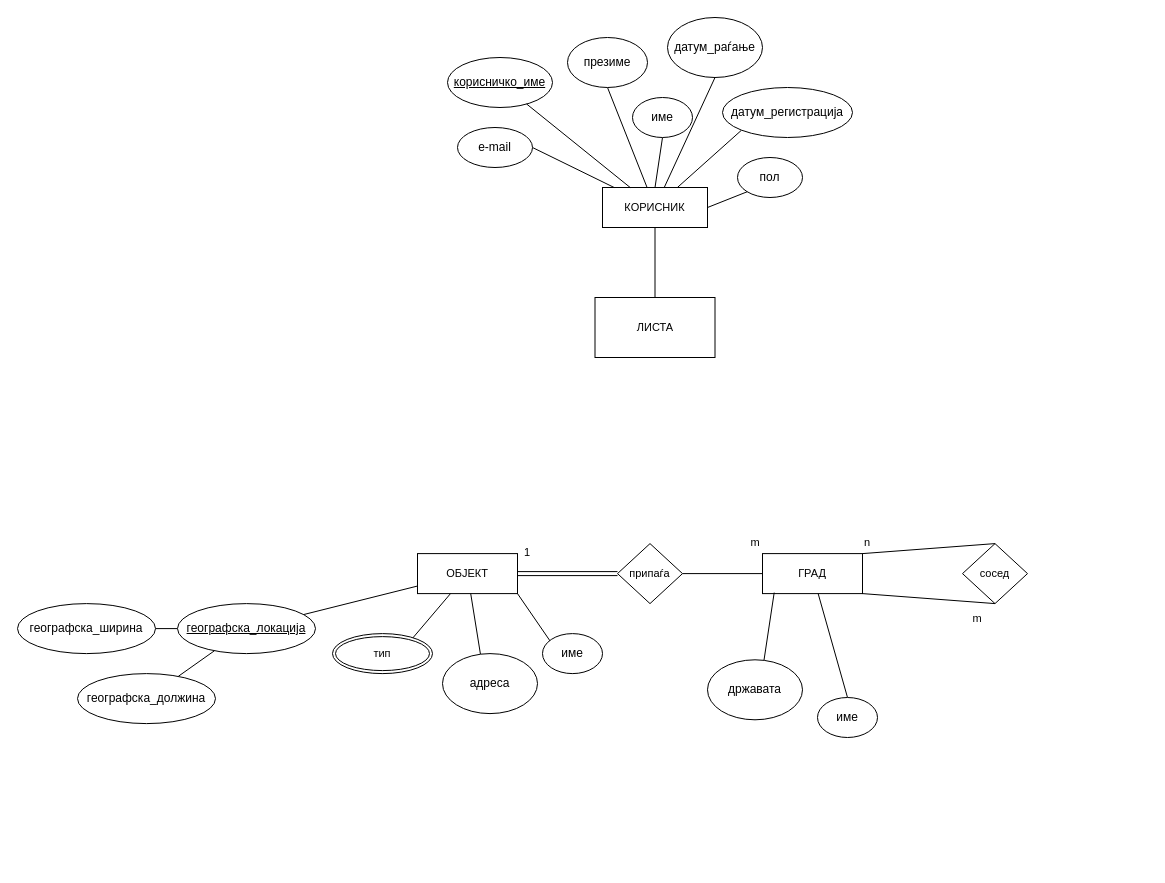
Earlier version of the draw.io diagram LAB1.drawio (TamaraGeorgieva/VNP). Source tidied: cells renumbered, new cells numbered last; positions are measured from the earlier drawing's top-left corner, leaving out a move shared by most shapes. Both pictures are drawn from the tidied source at 100%, with x=0, y=0 at pixel (17, 17).
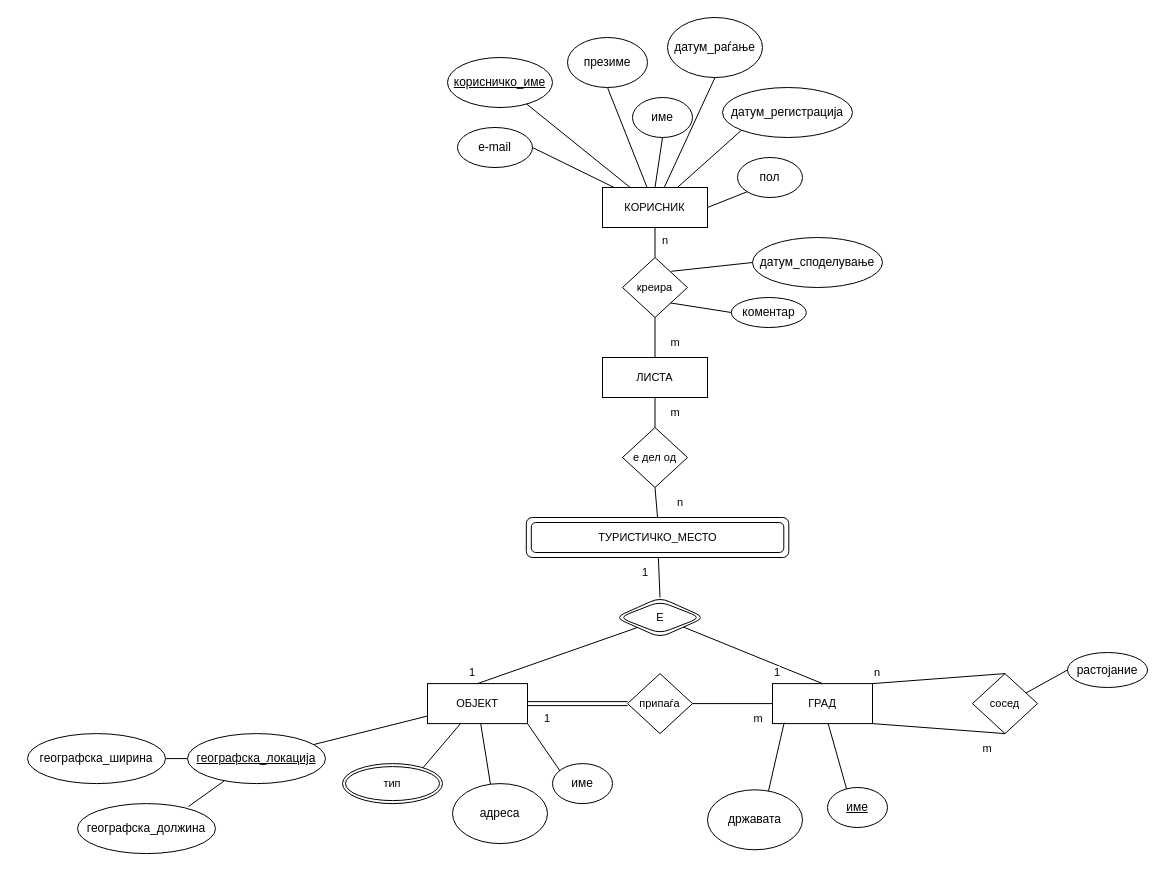
The same page after the edit.

Unchanged cells that the change refers to:
```xml
<mxCell id="3" value="КОРИСНИК" style="rounded=0;whiteSpace=wrap;html=1;fontFamily=Helvetica;fontSize=11;fontColor=default;labelBackgroundColor=default;" parent="1" vertex="1">
  <mxGeometry x="585" y="170" width="105" height="40" as="geometry" />
</mxCell>
```

What changed in the source:
```diff
@@
-    <mxCell id="2" style="edgeStyle=none;shape=connector;rounded=0;jumpStyle=none;jettySize=auto;html=1;strokeColor=default;strokeWidth=1;align=center;verticalAlign=middle;fontFamily=Helvetica;fontSize=11;fontColor=default;labelBackgroundColor=default;startArrow=none;startFill=0;endArrow=none;endFill=0;" parent="1" edge="1" source="3" target="48">
-      <mxGeometry relative="1" as="geometry" />
-    </mxCell>
+    <mxCell id="49" style="edgeStyle=none;shape=connector;rounded=0;jumpStyle=none;jettySize=auto;html=1;strokeColor=default;strokeWidth=1;align=center;verticalAlign=middle;fontFamily=Helvetica;fontSize=11;fontColor=default;labelBackgroundColor=default;startArrow=none;startFill=0;endArrow=none;endFill=0;" parent="1" edge="1" source="3" target="62">
+      <mxGeometry relative="1" as="geometry" />
+    </mxCell>
@@
     <mxCell id="19" value="ОБЈЕКТ" style="rounded=0;whiteSpace=wrap;html=1;fontFamily=Helvetica;fontSize=11;fontColor=default;labelBackgroundColor=default;" parent="1" vertex="1">
-      <mxGeometry x="400" y="536.1" width="100" height="40" as="geometry" />
+      <mxGeometry x="410" y="666.1" width="100" height="40" as="geometry" />
     </mxCell>
@@
     <mxCell id="22" value="адреса" style="ellipse;whiteSpace=wrap;html=1;rounded=1;" parent="1" vertex="1">
-      <mxGeometry x="425" y="636.1" width="95" height="60" as="geometry" />
+      <mxGeometry x="435" y="766.1" width="95" height="60" as="geometry" />
     </mxCell>
@@
     <mxCell id="24" value="име" style="ellipse;whiteSpace=wrap;html=1;rounded=1;" parent="1" vertex="1">
-      <mxGeometry x="525" y="616.1" width="60" height="40" as="geometry" />
+      <mxGeometry x="535" y="746.1" width="60" height="40" as="geometry" />
     </mxCell>
@@
-    <mxCell id="26" style="edgeStyle=none;shape=connector;rounded=0;jumpStyle=none;jettySize=auto;html=1;strokeColor=default;strokeWidth=1;align=center;verticalAlign=middle;fontFamily=Helvetica;fontSize=11;fontColor=default;labelBackgroundColor=default;startArrow=none;startFill=0;endArrow=none;endFill=0;" parent="1" edge="1" source="27" target="32">
-      <mxGeometry relative="1" as="geometry" />
+    <mxCell id="26" style="edgeStyle=none;shape=connector;rounded=0;jumpStyle=none;jettySize=auto;html=1;strokeColor=default;strokeWidth=1;align=center;verticalAlign=middle;fontFamily=Helvetica;fontSize=11;fontColor=default;labelBackgroundColor=default;startArrow=none;startFill=0;endArrow=none;endFill=0;" parent="1" edge="1" source="27">
+      <mxGeometry relative="1" as="geometry">
+        <mxPoint x="171" y="789" as="targetPoint" />
+      </mxGeometry>
     </mxCell>
     <mxCell id="27" value="&lt;u&gt;географска_локација&lt;/u&gt;" style="ellipse;whiteSpace=wrap;html=1;rounded=1;" parent="1" vertex="1">
-      <mxGeometry x="160" y="586.1" width="138" height="50" as="geometry" />
+      <mxGeometry x="170" y="716.1" width="138" height="50" as="geometry" />
     </mxCell>
@@
     <mxCell id="29" style="edgeStyle=none;shape=connector;rounded=0;jumpStyle=none;orthogonalLoop=1;jettySize=auto;html=1;exitX=1;exitY=1;exitDx=0;exitDy=0;strokeColor=default;strokeWidth=1;align=center;verticalAlign=middle;fontFamily=Helvetica;fontSize=11;fontColor=default;labelBackgroundColor=default;startArrow=none;startFill=0;endArrow=none;endFill=0;" parent="1" edge="1">
       <mxGeometry relative="1" as="geometry">
-        <mxPoint x="943.5" y="716.4" as="sourcePoint" />
-        <mxPoint x="943.9" y="716.1" as="targetPoint" />
+        <mxPoint x="943.5" y="846.4" as="sourcePoint" />
+        <mxPoint x="943.9" y="846.1" as="targetPoint" />
       </mxGeometry>
     </mxCell>
     <mxCell id="30" value="тип" style="ellipse;shape=doubleEllipse;margin=3;whiteSpace=wrap;html=1;align=center;rounded=1;fontFamily=Helvetica;fontSize=11;fontColor=default;labelBackgroundColor=default;" parent="1" vertex="1">
-      <mxGeometry x="315" y="616.1" width="100" height="40" as="geometry" />
+      <mxGeometry x="325" y="746.1" width="100" height="40" as="geometry" />
     </mxCell>
     <mxCell id="31" value="&lt;span&gt;географска_ширина&lt;/span&gt;" style="ellipse;whiteSpace=wrap;html=1;rounded=1;" parent="1" vertex="1">
-      <mxGeometry y="586.1" width="138" height="50" as="geometry" />
+      <mxGeometry x="10" y="716.1" width="138" height="50" as="geometry" />
     </mxCell>
     <mxCell id="32" value="&lt;span&gt;географска_должина&lt;/span&gt;" style="ellipse;whiteSpace=wrap;html=1;rounded=1;" parent="1" vertex="1">
-      <mxGeometry x="60" y="656.1" width="138" height="50" as="geometry" />
+      <mxGeometry x="60" y="786.1" width="138" height="50" as="geometry" />
     </mxCell>
     <mxCell id="33" value="ГРАД" style="rounded=0;whiteSpace=wrap;html=1;fontFamily=Helvetica;fontSize=11;fontColor=default;labelBackgroundColor=default;" parent="1" vertex="1">
-      <mxGeometry x="745" y="536.1" width="100" height="40" as="geometry" />
+      <mxGeometry x="755" y="666.1" width="100" height="40" as="geometry" />
     </mxCell>
@@
     <mxCell id="35" value="државата" style="ellipse;whiteSpace=wrap;html=1;rounded=1;" parent="1" vertex="1">
-      <mxGeometry x="690" y="642.3" width="95" height="60" as="geometry" />
+      <mxGeometry x="690" y="772.3" width="95" height="60" as="geometry" />
     </mxCell>
-    <mxCell id="36" style="edgeStyle=none;shape=connector;rounded=0;jumpStyle=none;jettySize=auto;html=1;exitX=0.5;exitY=0;exitDx=0;exitDy=0;strokeColor=default;strokeWidth=1;align=center;verticalAlign=middle;fontFamily=Helvetica;fontSize=11;fontColor=default;labelBackgroundColor=default;startArrow=none;startFill=0;endArrow=none;endFill=0;" parent="1" edge="1" source="37" target="33">
-      <mxGeometry relative="1" as="geometry" />
+    <mxCell id="36" style="edgeStyle=none;shape=connector;rounded=0;jumpStyle=none;jettySize=auto;html=1;exitX=0.5;exitY=0;exitDx=0;exitDy=0;strokeColor=default;strokeWidth=1;align=center;verticalAlign=middle;fontFamily=Helvetica;fontSize=11;fontColor=default;labelBackgroundColor=default;startArrow=none;startFill=0;endArrow=none;endFill=0;" parent="1" edge="1" target="33">
+      <mxGeometry relative="1" as="geometry">
+        <mxPoint x="840" y="810" as="sourcePoint" />
+      </mxGeometry>
     </mxCell>
-    <mxCell id="37" value="име" style="ellipse;whiteSpace=wrap;html=1;rounded=1;" parent="1" vertex="1">
-      <mxGeometry x="800" y="680" width="60" height="40" as="geometry" />
+    <mxCell id="37" value="&lt;u&gt;име&lt;/u&gt;" style="ellipse;whiteSpace=wrap;html=1;rounded=1;" parent="1" vertex="1">
+      <mxGeometry x="810" y="770" width="60" height="40" as="geometry" />
     </mxCell>
+    <mxCell id="50" style="edgeStyle=none;shape=connector;rounded=0;jumpStyle=none;jettySize=auto;html=1;exitX=0.772;exitY=0.354;exitDx=0;exitDy=0;exitPerimeter=0;entryX=0;entryY=0.5;entryDx=0;entryDy=0;strokeColor=default;strokeWidth=1;align=center;verticalAlign=middle;fontFamily=Helvetica;fontSize=11;fontColor=default;labelBackgroundColor=default;startArrow=none;startFill=0;endArrow=none;endFill=0;" parent="1" edge="1" source="38" target="57">
+      <mxGeometry relative="1" as="geometry" />
+    </mxCell>
     <mxCell id="38" value="сосед" style="strokeWidth=1;html=1;shape=mxgraph.flowchart.decision;whiteSpace=wrap;rounded=1;fontFamily=Helvetica;fontSize=11;fontColor=default;labelBackgroundColor=default;" parent="1" vertex="1">
-      <mxGeometry x="945" y="526.1" width="65" height="60" as="geometry" />
+      <mxGeometry x="955" y="656.1" width="65" height="60" as="geometry" />
     </mxCell>
@@
     <mxCell id="43" value="припаѓа" style="strokeWidth=1;html=1;shape=mxgraph.flowchart.decision;whiteSpace=wrap;rounded=1;fontFamily=Helvetica;fontSize=11;fontColor=default;labelBackgroundColor=default;" parent="1" vertex="1">
-      <mxGeometry x="600" y="526.1" width="65" height="60" as="geometry" />
+      <mxGeometry x="610" y="656.1" width="65" height="60" as="geometry" />
     </mxCell>
     <mxCell id="44" value="m" style="text;html=1;align=center;verticalAlign=middle;whiteSpace=wrap;rounded=0;fontFamily=Helvetica;fontSize=11;fontColor=default;labelBackgroundColor=default;" parent="1" vertex="1">
-      <mxGeometry x="707.5" y="510" width="60" height="30" as="geometry" />
+      <mxGeometry x="711.2" y="686.1" width="60" height="30" as="geometry" />
     </mxCell>
     <mxCell id="45" value="1" style="text;html=1;align=center;verticalAlign=middle;whiteSpace=wrap;rounded=0;fontFamily=Helvetica;fontSize=11;fontColor=default;labelBackgroundColor=default;" parent="1" vertex="1">
-      <mxGeometry x="480" y="520" width="60" height="30" as="geometry" />
+      <mxGeometry x="500" y="686.1" width="60" height="30" as="geometry" />
     </mxCell>
     <mxCell id="46" value="m" style="text;html=1;align=center;verticalAlign=middle;whiteSpace=wrap;rounded=0;fontFamily=Helvetica;fontSize=11;fontColor=default;labelBackgroundColor=default;" parent="1" vertex="1">
-      <mxGeometry x="930" y="586.1" width="60" height="30" as="geometry" />
+      <mxGeometry x="940" y="716.1" width="60" height="30" as="geometry" />
     </mxCell>
     <mxCell id="47" value="n" style="text;html=1;align=center;verticalAlign=middle;whiteSpace=wrap;rounded=0;fontFamily=Helvetica;fontSize=11;fontColor=default;labelBackgroundColor=default;" parent="1" vertex="1">
-      <mxGeometry x="820" y="510" width="60" height="30" as="geometry" />
+      <mxGeometry x="830" y="640" width="60" height="30" as="geometry" />
     </mxCell>
+    <mxCell id="51" style="edgeStyle=none;shape=connector;rounded=0;jumpStyle=none;jettySize=auto;html=1;exitX=0.5;exitY=0;exitDx=0;exitDy=0;strokeColor=default;strokeWidth=1;align=center;verticalAlign=middle;fontFamily=Helvetica;fontSize=11;fontColor=default;labelBackgroundColor=default;startArrow=none;startFill=0;endArrow=none;endFill=0;entryX=0.5;entryY=1;entryDx=0;entryDy=0;entryPerimeter=0;" parent="1" edge="1" source="52" target="68">
+      <mxGeometry relative="1" as="geometry" />
+    </mxCell>
+    <mxCell id="52" value="ТУРИСТИЧКО_МЕСТО" style="shape=ext;margin=3;double=1;whiteSpace=wrap;html=1;align=center;rounded=1;strokeColor=default;strokeWidth=1;verticalAlign=middle;fontFamily=Helvetica;fontSize=11;fontColor=default;labelBackgroundColor=default;fillColor=default;" parent="1" vertex="1">
+      <mxGeometry x="508.8" y="500" width="262.5" height="40" as="geometry" />
+    </mxCell>
+    <mxCell id="53" style="edgeStyle=none;shape=connector;rounded=0;jumpStyle=none;jettySize=auto;html=1;entryX=0.5;entryY=0;entryDx=0;entryDy=0;strokeColor=default;strokeWidth=1;align=center;verticalAlign=middle;fontFamily=Helvetica;fontSize=11;fontColor=default;labelBackgroundColor=default;startArrow=none;startFill=0;endArrow=none;endFill=0;" parent="1" edge="1" source="56" target="33">
+      <mxGeometry relative="1" as="geometry" />
+    </mxCell>
+    <mxCell id="54" style="edgeStyle=none;shape=connector;rounded=0;jumpStyle=none;jettySize=auto;html=1;exitX=0;exitY=1;exitDx=0;exitDy=0;entryX=0.5;entryY=0;entryDx=0;entryDy=0;strokeColor=default;strokeWidth=1;align=center;verticalAlign=middle;fontFamily=Helvetica;fontSize=11;fontColor=default;labelBackgroundColor=default;startArrow=none;startFill=0;endArrow=none;endFill=0;" parent="1" edge="1" source="56" target="19">
+      <mxGeometry relative="1" as="geometry" />
+    </mxCell>
+    <mxCell id="55" style="edgeStyle=none;shape=connector;rounded=0;jumpStyle=none;jettySize=auto;html=1;exitX=0.5;exitY=0;exitDx=0;exitDy=0;strokeColor=default;strokeWidth=1;align=center;verticalAlign=middle;fontFamily=Helvetica;fontSize=11;fontColor=default;labelBackgroundColor=default;startArrow=none;startFill=0;endArrow=none;endFill=0;" parent="1" edge="1" source="56" target="52">
+      <mxGeometry relative="1" as="geometry" />
+    </mxCell>
+    <mxCell id="56" value="E" style="shape=rhombus;double=1;perimeter=rhombusPerimeter;whiteSpace=wrap;html=1;align=center;rounded=1;strokeColor=default;strokeWidth=1;verticalAlign=middle;fontFamily=Helvetica;fontSize=11;fontColor=default;labelBackgroundColor=default;fillColor=default;" parent="1" vertex="1">
+      <mxGeometry x="597.5" y="580" width="90" height="40" as="geometry" />
+    </mxCell>
+    <mxCell id="57" value="растојание" style="ellipse;whiteSpace=wrap;html=1;rounded=1;" parent="1" vertex="1">
+      <mxGeometry x="1050" y="635" width="80" height="35" as="geometry" />
+    </mxCell>
+    <mxCell id="58" value="1" style="text;html=1;align=center;verticalAlign=middle;whiteSpace=wrap;rounded=0;fontFamily=Helvetica;fontSize=11;fontColor=default;labelBackgroundColor=default;" parent="1" vertex="1">
+      <mxGeometry x="425" y="640" width="60" height="30" as="geometry" />
+    </mxCell>
+    <mxCell id="59" value="1" style="text;html=1;align=center;verticalAlign=middle;whiteSpace=wrap;rounded=0;fontFamily=Helvetica;fontSize=11;fontColor=default;labelBackgroundColor=default;" parent="1" vertex="1">
+      <mxGeometry x="730" y="640" width="60" height="30" as="geometry" />
+    </mxCell>
+    <mxCell id="60" value="1" style="text;html=1;align=center;verticalAlign=middle;whiteSpace=wrap;rounded=0;fontFamily=Helvetica;fontSize=11;fontColor=default;labelBackgroundColor=default;" parent="1" vertex="1">
+      <mxGeometry x="597.5" y="540" width="60" height="30" as="geometry" />
+    </mxCell>
-    <mxCell id="48" value="ЛИСТА" style="whiteSpace=wrap;html=1;fontSize=11;rounded=0;labelBackgroundColor=default;" parent="1" vertex="1">
-      <mxGeometry x="577.5" y="280" width="120" height="60" as="geometry" />
+    <mxCell id="48" value="ЛИСТА" style="rounded=0;whiteSpace=wrap;html=1;fontFamily=Helvetica;fontSize=11;fontColor=default;labelBackgroundColor=default;" parent="1" vertex="1">
+      <mxGeometry x="585" y="340" width="105" height="40" as="geometry" />
     </mxCell>
+    <mxCell id="61" style="edgeStyle=none;shape=connector;rounded=0;jumpStyle=none;jettySize=auto;html=1;strokeColor=default;strokeWidth=1;align=center;verticalAlign=middle;fontFamily=Helvetica;fontSize=11;fontColor=default;labelBackgroundColor=default;startArrow=none;startFill=0;endArrow=none;endFill=0;" parent="1" edge="1" source="62" target="48">
+      <mxGeometry relative="1" as="geometry" />
+    </mxCell>
+    <mxCell id="62" value="креира" style="strokeWidth=1;html=1;shape=mxgraph.flowchart.decision;whiteSpace=wrap;rounded=1;fontFamily=Helvetica;fontSize=11;fontColor=default;labelBackgroundColor=default;" parent="1" vertex="1">
+      <mxGeometry x="605" y="240" width="65" height="60" as="geometry" />
+    </mxCell>
+    <mxCell id="63" value="&lt;span style=&quot;color: rgb(0, 0, 0); font-family: Helvetica; font-size: 11px; font-style: normal; font-variant-ligatures: normal; font-variant-caps: normal; font-weight: 400; letter-spacing: normal; orphans: 2; text-align: center; text-indent: 0px; text-transform: none; widows: 2; word-spacing: 0px; -webkit-text-stroke-width: 0px; white-space: normal; background-color: rgb(255, 255, 255); text-decoration-thickness: initial; text-decoration-style: initial; text-decoration-color: initial; display: inline !important; float: none;&quot;&gt;n&lt;/span&gt;" style="text;whiteSpace=wrap;html=1;fontFamily=Helvetica;fontSize=11;fontColor=default;labelBackgroundColor=default;" parent="1" vertex="1">
+      <mxGeometry x="642.5" y="210" width="40" height="40" as="geometry" />
+    </mxCell>
+    <mxCell id="64" style="edgeStyle=none;shape=connector;rounded=0;jumpStyle=none;jettySize=auto;html=1;exitX=0;exitY=0.5;exitDx=0;exitDy=0;strokeColor=default;strokeWidth=1;align=center;verticalAlign=middle;fontFamily=Helvetica;fontSize=11;fontColor=default;labelBackgroundColor=default;startArrow=none;startFill=0;endArrow=none;endFill=0;entryX=0.751;entryY=0.23;entryDx=0;entryDy=0;entryPerimeter=0;" parent="1" edge="1" source="65" target="62">
+      <mxGeometry relative="1" as="geometry" />
+    </mxCell>
+    <mxCell id="65" value="датум_споделување" style="ellipse;whiteSpace=wrap;html=1;rounded=1;" parent="1" vertex="1">
+      <mxGeometry x="735" y="220" width="130" height="50" as="geometry" />
+    </mxCell>
+    <mxCell id="66" value="коментар" style="ellipse;whiteSpace=wrap;html=1;rounded=1;" parent="1" vertex="1">
+      <mxGeometry x="713.8" y="280" width="75" height="30" as="geometry" />
+    </mxCell>
+    <mxCell id="67" style="edgeStyle=none;shape=connector;rounded=0;jumpStyle=none;jettySize=auto;html=1;exitX=0;exitY=0.5;exitDx=0;exitDy=0;entryX=0.74;entryY=0.758;entryDx=0;entryDy=0;entryPerimeter=0;strokeColor=default;strokeWidth=1;align=center;verticalAlign=middle;fontFamily=Helvetica;fontSize=11;fontColor=default;labelBackgroundColor=default;startArrow=none;startFill=0;endArrow=none;endFill=0;" parent="1" edge="1" source="66" target="62">
+      <mxGeometry relative="1" as="geometry" />
+    </mxCell>
+    <mxCell id="68" value="е дел од" style="strokeWidth=1;html=1;shape=mxgraph.flowchart.decision;whiteSpace=wrap;rounded=1;fontFamily=Helvetica;fontSize=11;fontColor=default;labelBackgroundColor=default;" parent="1" vertex="1">
+      <mxGeometry x="605" y="410" width="65" height="60" as="geometry" />
+    </mxCell>
+    <mxCell id="69" style="edgeStyle=none;shape=connector;rounded=0;jumpStyle=none;jettySize=auto;html=1;exitX=0.5;exitY=1;exitDx=0;exitDy=0;entryX=0.5;entryY=0;entryDx=0;entryDy=0;entryPerimeter=0;strokeColor=default;strokeWidth=1;align=center;verticalAlign=middle;fontFamily=Helvetica;fontSize=11;fontColor=default;labelBackgroundColor=default;startArrow=none;startFill=0;endArrow=none;endFill=0;" parent="1" edge="1" source="48" target="68">
+      <mxGeometry relative="1" as="geometry" />
+    </mxCell>
+    <mxCell id="70" value="m" style="text;html=1;align=center;verticalAlign=middle;whiteSpace=wrap;rounded=0;fontFamily=Helvetica;fontSize=11;fontColor=default;labelBackgroundColor=default;" parent="1" vertex="1">
+      <mxGeometry x="627.5" y="310" width="60" height="30" as="geometry" />
+    </mxCell>
+    <mxCell id="71" value="m" style="text;html=1;align=center;verticalAlign=middle;whiteSpace=wrap;rounded=0;fontFamily=Helvetica;fontSize=11;fontColor=default;labelBackgroundColor=default;" parent="1" vertex="1">
+      <mxGeometry x="627.5" y="380" width="60" height="30" as="geometry" />
+    </mxCell>
+    <mxCell id="72" value="n" style="text;html=1;align=center;verticalAlign=middle;whiteSpace=wrap;rounded=0;fontFamily=Helvetica;fontSize=11;fontColor=default;labelBackgroundColor=default;" parent="1" vertex="1">
+      <mxGeometry x="632.5" y="470" width="60" height="30" as="geometry" />
+    </mxCell>
```
